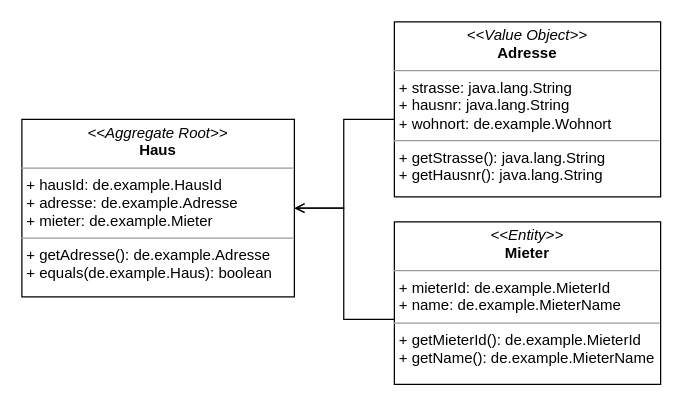
Above: page "Aggregate_Root" (3 of 8) of gfx/characteristics/raw/Characteristics.drawio in DanielKraft/bachelor-thesis (draw.io), before the change. Source tidied: cells renumbered, new cells numbered last; positions are measured from the earlier drawing's top-left corner, leaving out a move shared by most shapes. Both pictures are drawn from the tidied source at 125%, with x=0, y=0 at pixel (21, 21).
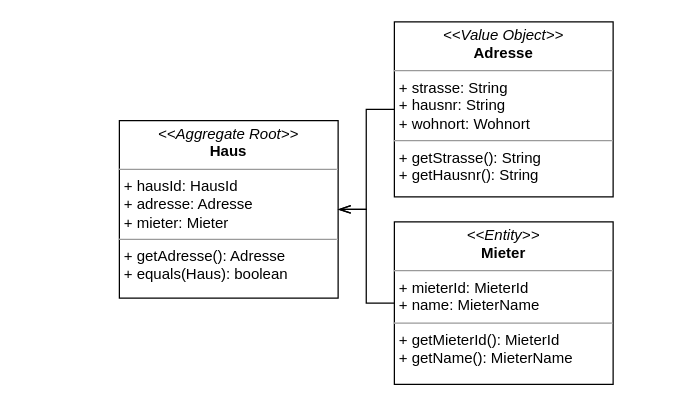
Above is the later version.

Diff of the diagram source:
```diff
@@
 <mxGraphModel>
   <root>
     <mxCell id="0" />
     <mxCell id="1" parent="0" />
-    <mxCell id="2" value="&lt;p style=&quot;margin: 0px ; margin-top: 4px ; text-align: center&quot;&gt;&lt;i&gt;&amp;lt;&amp;lt;Aggregate Root&amp;gt;&amp;gt;&lt;/i&gt;&lt;br&gt;&lt;b&gt;Haus&lt;/b&gt;&lt;/p&gt;&lt;hr size=&quot;1&quot;&gt;&lt;p style=&quot;margin: 0px ; margin-left: 4px&quot;&gt;+ hausId: de.example.HausId&lt;br&gt;&lt;/p&gt;&lt;p style=&quot;margin: 0px ; margin-left: 4px&quot;&gt;+ adresse: de.example.Adresse&lt;/p&gt;&lt;p style=&quot;margin: 0px ; margin-left: 4px&quot;&gt;+ mieter: de.example.Mieter&lt;br&gt;&lt;/p&gt;&lt;hr size=&quot;1&quot;&gt;&lt;p style=&quot;margin: 0px ; margin-left: 4px&quot;&gt;+ getAdresse(): de.example.Adresse&lt;br&gt;+ equals(de.example.Haus): boolean&lt;br&gt;&lt;/p&gt;" style="verticalAlign=top;align=left;overflow=fill;fontSize=12;fontFamily=Helvetica;html=1;" parent="1" vertex="1">
-      <mxGeometry y="78" width="218" height="142" as="geometry" />
+    <mxCell id="2" value="&lt;p style=&quot;margin: 0px ; margin-top: 4px ; text-align: center&quot;&gt;&lt;i&gt;&amp;lt;&amp;lt;Aggregate Root&amp;gt;&amp;gt;&lt;/i&gt;&lt;br&gt;&lt;b&gt;Haus&lt;/b&gt;&lt;/p&gt;&lt;hr size=&quot;1&quot;&gt;&lt;p style=&quot;margin: 0px ; margin-left: 4px&quot;&gt;+ hausId: HausId&lt;br&gt;&lt;/p&gt;&lt;p style=&quot;margin: 0px ; margin-left: 4px&quot;&gt;+ adresse: Adresse&lt;/p&gt;&lt;p style=&quot;margin: 0px ; margin-left: 4px&quot;&gt;+ mieter: Mieter&lt;br&gt;&lt;/p&gt;&lt;hr size=&quot;1&quot;&gt;&lt;p style=&quot;margin: 0px ; margin-left: 4px&quot;&gt;+ getAdresse(): Adresse&lt;br&gt;+ equals(Haus): boolean&lt;br&gt;&lt;/p&gt;" style="verticalAlign=top;align=left;overflow=fill;fontSize=12;fontFamily=Helvetica;html=1;" parent="1" vertex="1">
+      <mxGeometry x="78" y="79" width="175" height="142" as="geometry" />
     </mxCell>
-    <mxCell id="3" style="edgeStyle=orthogonalEdgeStyle;rounded=0;jettySize=auto;html=1;entryX=1;entryY=0.5;entryDx=0;entryDy=0;endArrow=open;endFill=0;" parent="1" edge="1" source="4" target="2">
-      <mxGeometry relative="1" as="geometry">
-        <Array as="points">
-          <mxPoint x="257.5" y="78" />
-          <mxPoint x="257.5" y="149" />
-        </Array>
-      </mxGeometry>
+    <mxCell id="3" style="edgeStyle=orthogonalEdgeStyle;rounded=0;jettySize=auto;html=1;entryX=1;entryY=0.5;entryDx=0;entryDy=0;endArrow=openThin;endFill=0;endSize=8;startSize=8;" parent="1" edge="1" source="4" target="2">
+      <mxGeometry relative="1" as="geometry" />
     </mxCell>
-    <mxCell id="4" value="&lt;p style=&quot;margin: 0px ; margin-top: 4px ; text-align: center&quot;&gt;&lt;i&gt;&amp;lt;&amp;lt;Value Object&amp;gt;&amp;gt;&lt;/i&gt;&lt;br&gt;&lt;b&gt;Adresse&lt;/b&gt;&lt;/p&gt;&lt;hr size=&quot;1&quot;&gt;&lt;p style=&quot;margin: 0px ; margin-left: 4px&quot;&gt;+ strasse: java.lang.String&lt;br&gt;+ hausnr: java.lang.String&lt;/p&gt;&lt;p style=&quot;margin: 0px ; margin-left: 4px&quot;&gt;+ wohnort: de.example.Wohnort&lt;/p&gt;&lt;hr size=&quot;1&quot;&gt;&lt;p style=&quot;margin: 0px ; margin-left: 4px&quot;&gt;+ getStrasse(): java.lang.String&lt;br&gt;+ getHausnr(): java.lang.String&lt;/p&gt;" style="verticalAlign=top;align=left;overflow=fill;fontSize=12;fontFamily=Helvetica;html=1;" parent="1" vertex="1">
-      <mxGeometry x="298" width="213" height="140" as="geometry" />
+    <mxCell id="4" value="&lt;p style=&quot;margin: 0px ; margin-top: 4px ; text-align: center&quot;&gt;&lt;i&gt;&amp;lt;&amp;lt;Value Object&amp;gt;&amp;gt;&lt;/i&gt;&lt;br&gt;&lt;b&gt;Adresse&lt;/b&gt;&lt;/p&gt;&lt;hr size=&quot;1&quot;&gt;&lt;p style=&quot;margin: 0px ; margin-left: 4px&quot;&gt;+ strasse: String&lt;br&gt;+ hausnr: String&lt;/p&gt;&lt;p style=&quot;margin: 0px ; margin-left: 4px&quot;&gt;+ wohnort: Wohnort&lt;/p&gt;&lt;hr size=&quot;1&quot;&gt;&lt;p style=&quot;margin: 0px ; margin-left: 4px&quot;&gt;+ getStrasse(): String&lt;br&gt;+ getHausnr(): String&lt;/p&gt;" style="verticalAlign=top;align=left;overflow=fill;fontSize=12;fontFamily=Helvetica;html=1;" parent="1" vertex="1">
+      <mxGeometry x="298" width="175" height="140" as="geometry" />
     </mxCell>
-    <mxCell id="5" style="edgeStyle=orthogonalEdgeStyle;rounded=0;jettySize=auto;html=1;entryX=1;entryY=0.5;entryDx=0;entryDy=0;endArrow=open;endFill=0;" parent="1" edge="1" source="6" target="2">
-      <mxGeometry relative="1" as="geometry">
-        <Array as="points">
-          <mxPoint x="257.5" y="238" />
-          <mxPoint x="257.5" y="149" />
-        </Array>
-      </mxGeometry>
+    <mxCell id="5" style="edgeStyle=orthogonalEdgeStyle;rounded=0;jettySize=auto;html=1;entryX=1;entryY=0.5;entryDx=0;entryDy=0;endArrow=openThin;endFill=0;endSize=8;startSize=8;" parent="1" edge="1" source="6" target="2">
+      <mxGeometry relative="1" as="geometry" />
     </mxCell>
-    <mxCell id="6" value="&lt;p style=&quot;margin: 0px ; margin-top: 4px ; text-align: center&quot;&gt;&lt;i&gt;&amp;lt;&amp;lt;Entity&amp;gt;&amp;gt;&lt;/i&gt;&lt;br&gt;&lt;b&gt;Mieter&lt;/b&gt;&lt;/p&gt;&lt;hr size=&quot;1&quot;&gt;&lt;p style=&quot;margin: 0px ; margin-left: 4px&quot;&gt;+ mieterId: de.example.MieterId&lt;br&gt;&lt;/p&gt;&lt;p style=&quot;margin: 0px ; margin-left: 4px&quot;&gt;+ name: de.example.MieterName&lt;/p&gt;&lt;hr size=&quot;1&quot;&gt;&lt;p style=&quot;margin: 0px ; margin-left: 4px&quot;&gt;+ getMieterId(): de.example.MieterId&lt;br&gt;+ getName(): de.example.MieterName&lt;/p&gt;" style="verticalAlign=top;align=left;overflow=fill;fontSize=12;fontFamily=Helvetica;html=1;" parent="1" vertex="1">
-      <mxGeometry x="298" y="160" width="213" height="130" as="geometry" />
+    <mxCell id="6" value="&lt;p style=&quot;margin: 0px ; margin-top: 4px ; text-align: center&quot;&gt;&lt;i&gt;&amp;lt;&amp;lt;Entity&amp;gt;&amp;gt;&lt;/i&gt;&lt;br&gt;&lt;b&gt;Mieter&lt;/b&gt;&lt;/p&gt;&lt;hr size=&quot;1&quot;&gt;&lt;p style=&quot;margin: 0px ; margin-left: 4px&quot;&gt;+ mieterId: MieterId&lt;br&gt;&lt;/p&gt;&lt;p style=&quot;margin: 0px ; margin-left: 4px&quot;&gt;+ name: MieterName&lt;/p&gt;&lt;hr size=&quot;1&quot;&gt;&lt;p style=&quot;margin: 0px ; margin-left: 4px&quot;&gt;+ getMieterId(): MieterId&lt;br&gt;+ getName(): MieterName&lt;/p&gt;" style="verticalAlign=top;align=left;overflow=fill;fontSize=12;fontFamily=Helvetica;html=1;" parent="1" vertex="1">
+      <mxGeometry x="298" y="160" width="175" height="130" as="geometry" />
     </mxCell>
   </root>
 </mxGraphModel>
```
